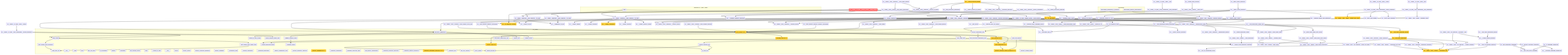
This is project/flow.png from semcod/redup, a Mermaid export, as it was before one commit. Its source is kept beside it as project/flow.mmd.
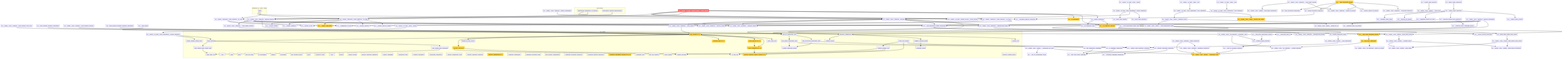
Above is the later version.

What changed in the source:
```diff
@@ -60,24 +60,24 @@
         src__redup__core__scanner___is_test_file["_is_test_file"]
         src__redup__core__scanner___preload_files("_preload_files CC=12")
         src__redup__core__scanner___lazy_read_files["_lazy_read_files"]
-        src__redup__core__scanner___scan_sequential("_scan_sequential CC=9")
-        src__redup__core__scanner___scan_parallel("_scan_parallel CC=9")
+        src__redup__core__scanner___scan_sequential("_scan_sequential CC=10")
+        src__redup__core__scanner___scan_parallel("_scan_parallel CC=10")
         src__redup__core__scanner___scan_file_worker["_scan_file_worker"]
         src__redup__core__scanner___should_process_file["_should_process_file"]
-        src___extract_function_blocks_python("_extract_function_blocks_python CC=12")
+        src___extract_function_blocks_python("_extract_function_blocks_python CC=9")
         src__redup__core__scanner___extract_sliding_blocks["_extract_sliding_blocks"]
         src__redup__core__scanner__scan_project("scan_project CC=8")
     end
     benchmark__benchmark_sequential_vs_parallel --> src__redup__core__pipeline__analyze
     benchmark__benchmark_sequential_vs_parallel --> src__redup__core__pipeline__analyze_parallel
     benchmark__benchmark_feature_performance --> src__redup__core__pipeline__analyze_parallel
+    examples__01_basic_usage__main --> src__redup__core__pipeline__analyze
+    examples__01_basic_usage__main --> src__redup__reporters__toon_reporter__to_toon
+    examples__01_basic_usage__main --> src__redup__reporters__json_reporter__to_json
     src___get_config_from_pyproject --> src__redup__core__config___load_toml_file
     src___get_config_from_redup_toml --> src__redup__core__config___load_toml_file
     src__redup__core__config__load_config --> src___get_config_from_redup_toml
     src__redup__core__config__load_config --> src___get_config_from_pyproject
-    examples__01_basic_usage__main --> src__redup__core__pipeline__analyze
-    examples__01_basic_usage__main --> src__redup__reporters__toon_reporter__to_toon
-    examples__01_basic_usage__main --> src__redup__reporters__json_reporter__to_json
     src__find_exact_duplicates_lazy --> src___create_duplicate_group
     src__find_exact_duplicates_lazy --> src___blocks_from_different_locations
     src__find_structural_duplicates_lazy --> src___create_duplicate_group
@@ -108,17 +108,17 @@
     src__scan_project_memory_optimized --> src__redup__core__scanner__scan_project
     src__redup__core__scanner__scan_project_parallel --> src__redup__core__scanner__scan_project
     src__scan_project_parallel_memory_optimized --> src__redup__core__scanner__scan_project
+    src__redup__core__matcher__sequence_similarity --> src__redup__core__hasher___normalize_text
+    src__redup__core__matcher__fuzzy_similarity --> src__redup__core__hasher___normalize_text
+    src__redup__core__matcher__fuzzy_similarity --> src__redup__core__matcher__sequence_similarity
+    src__redup__core__matcher__match_candidates --> src___compare_against_reference
+    src__refine_structural_matches --> src___compare_against_reference
     src__redup__core__hasher___normalize_ast_text --> src___ast_to_normalized_string
     src__redup__core__hasher___normalize_ast_text --> src__redup__core__hasher___normalize_text
     src__redup__core__hasher___hashed_block --> src__redup__core__hasher__hash_block
     src__redup__core__hasher___hashed_block --> src__redup__core__hasher__hash_block_structural
     src__redup__core__hasher__build_hash_index --> src__redup__core__hasher___hashed_block
     src__redup__core__hasher___find_duplicates --> src___blocks_from_different_locations
-    src__redup__core__matcher__sequence_similarity --> src__redup__core__hasher___normalize_text
-    src__redup__core__matcher__fuzzy_similarity --> src__redup__core__hasher___normalize_text
-    src__redup__core__matcher__fuzzy_similarity --> src__redup__core__matcher__sequence_similarity
-    src__redup__core__matcher__match_candidates --> src___compare_against_reference
-    src__refine_structural_matches --> src___compare_against_reference
     src__redup__core__lsh_matcher___create_minhash --> src__redup__core__hasher___normalize_text
     src___text_to_minhash_features --> src__redup__core__hasher___normalize_text
     src___create_simple_minhash --> src___text_to_minhash_features
@@ -131,14 +131,14 @@
     src__extract_functions_treesitter --> src___initialize_language_dispatcher
     src__get_supported_languages --> src___get_tree_sitter_language
     src__is_language_supported --> src___get_tree_sitter_language
-    src__redup__core__cache__hash_block_with_cache --> src__redup__core__hasher__hash_block
-    src__redup__core__cache__hash_block_with_cache --> src__redup__core__hasher__hash_block_structural
-    src__build_hash_index_with_cache --> src__redup__core__cache__hash_block_with_cache
     src___get_layers --> src___calculate_avg_cc
     src__to_code2llm_toon --> src___calculate_avg_cc
     src__to_code2llm_toon --> src___count_critical_functions
     src__export_code2llm --> src__to_code2llm_toon
     src__export_code2llm --> src__to_code2llm_context
+    src__redup__core__cache__hash_block_with_cache --> src__redup__core__hasher__hash_block
+    src__redup__core__cache__hash_block_with_cache --> src__redup__core__hasher__hash_block_structural
+    src__build_hash_index_with_cache --> src__redup__core__cache__hash_block_with_cache
     src__redup__reporters__json_reporter__to_json --> src___group_to_dict
     src__redup__reporters__json_reporter__to_json --> src___suggestion_to_dict
     src__redup__reporters__toon_reporter__to_toon --> src___render_header
@@ -148,6 +148,32 @@
     src__redup__reporters__toon_reporter__to_toon --> src___render_metrics_target
     src__redup__reporters__yaml_reporter__to_yaml --> src___group_to_dict
     src__redup__reporters__yaml_reporter__to_yaml --> src___suggestion_to_dict
+    src__redup__cli_app__scan_commands__diff_command --> src__redup__core__differ__compare_scans
+    src__redup__cli_app__scan_commands__diff_command --> src__redup__core__differ__format_diff_result
+    src__redup__cli_app__scan_commands__check_command --> src__print_scan_header
+    src__redup__cli_app__scan_commands__check_command --> src__redup__core__pipeline__analyze
+    src__redup__cli_app__scan_commands__check_command --> src__print_scan_summary
+    src__redup__cli_app__scan_commands__config_command --> src__redup__core__config__create_sample_redup_toml
+    src__redup__cli_app__scan_commands__config_command --> src__redup__core__config__load_config
+    src__redup__cli_app__output_writer__write_results --> src__redup__reporters__json_reporter__to_json
+    src__redup__cli_app__output_writer__write_results --> src__redup__cli_app__output_writer__write_output
+    src__redup__cli_app__output_writer__write_results --> src__redup__reporters__yaml_reporter__to_yaml
+    src__redup__cli_app__output_writer__write_results --> src__redup__reporters__toon_reporter__to_toon
+    src__redup__cli_app__output_writer__write_results --> src__to_markdown
+    src__redup__cli_app__output_writer__write_results --> src__to_code2llm_context
+    src__redup__cli_app__output_writer__write_results --> src__export_code2llm
+    src__apply_fuzzy_similarity --> src___apply_fuzzy_similarity
+    src__redup__cli_app__main__diff --> src__redup__cli_app__scan_commands__diff_command
+    src__redup__cli_app__main__check --> src__redup__cli_app__scan_commands__check_command
+    src__redup__cli_app__main__config --> src__redup__cli_app__scan_commands__config_command
+    src__redup__cli_app__main__info --> src__redup__cli_app__scan_commands__info_command
+    src___apply_fuzzy_similarity --> src___validate_fuzzy_input
+    src___apply_fuzzy_similarity --> src___extract_all_blocks
+    src___apply_fuzzy_similarity --> src___separate_blocks_by_type
+    src___apply_fuzzy_similarity --> src___analyze_blocks_with_detectors
+    src___apply_fuzzy_similarity --> src___report_fuzzy_results
+    src___analyze_blocks_with_detectors --> src___analyze_html_css_blocks
+    src___analyze_blocks_with_detectors --> src___analyze_other_language_blocks
     src__redup__core__pipeline__analyze --> src__redup__core__pipeline___ensure_config
     src__redup__core__pipeline__analyze --> src__redup__core__pipeline___scan_phase
     src__redup__core__pipeline__analyze --> src__redup__core__pipeline___process_blocks
@@ -184,34 +210,8 @@
     src__redup__core__pipeline__analyze_parallel --> src___find_duplicates_phase_optimized
     src__redup__core__pipeline__analyze_parallel --> src__redup__core__pipeline___deduplicate_phase
     src__redup__core__pipeline__analyze_parallel --> src__redup__core__planner__generate_suggestions
-    src__redup__cli_app__output_writer__write_results --> src__redup__reporters__json_reporter__to_json
-    src__redup__cli_app__output_writer__write_results --> src__redup__cli_app__output_writer__write_output
-    src__redup__cli_app__output_writer__write_results --> src__redup__reporters__yaml_reporter__to_yaml
-    src__redup__cli_app__output_writer__write_results --> src__redup__reporters__toon_reporter__to_toon
-    src__redup__cli_app__output_writer__write_results --> src__to_markdown
-    src__redup__cli_app__output_writer__write_results --> src__to_code2llm_context
-    src__redup__cli_app__output_writer__write_results --> src__export_code2llm
-    src__apply_fuzzy_similarity --> src___apply_fuzzy_similarity
-    src__redup__cli_app__main__diff --> src__redup__cli_app__scan_commands__diff_command
-    src__redup__cli_app__main__check --> src__redup__cli_app__scan_commands__check_command
-    src__redup__cli_app__main__config --> src__redup__cli_app__scan_commands__config_command
-    src__redup__cli_app__main__info --> src__redup__cli_app__scan_commands__info_command
-    src___apply_fuzzy_similarity --> src___validate_fuzzy_input
-    src___apply_fuzzy_similarity --> src___extract_all_blocks
-    src___apply_fuzzy_similarity --> src___separate_blocks_by_type
-    src___apply_fuzzy_similarity --> src___analyze_blocks_with_detectors
-    src___apply_fuzzy_similarity --> src___report_fuzzy_results
-    src___analyze_blocks_with_detectors --> src___analyze_html_css_blocks
-    src___analyze_blocks_with_detectors --> src___analyze_other_language_blocks
     src__create_hash_function --> src__redup__core__hasher___hash_text
     src__create_duplicate_finder --> src__redup__core__hasher___find_duplicates
-    src__redup__cli_app__scan_commands__diff_command --> src__redup__core__differ__compare_scans
-    src__redup__cli_app__scan_commands__diff_command --> src__redup__core__differ__format_diff_result
-    src__redup__cli_app__scan_commands__check_command --> src__print_scan_header
-    src__redup__cli_app__scan_commands__check_command --> src__redup__core__pipeline__analyze
-    src__redup__cli_app__scan_commands__check_command --> src__print_scan_summary
-    src__redup__cli_app__scan_commands__config_command --> src__redup__core__config__create_sample_redup_toml
-    src__redup__cli_app__scan_commands__config_command --> src__redup__core__config__load_config
     src__redup__core__differ__compare_scans --> src__redup__core__differ___load_duplication_map
     src__redup__core__differ__compare_scans --> src__redup__core__differ___group_by_id
 
```
